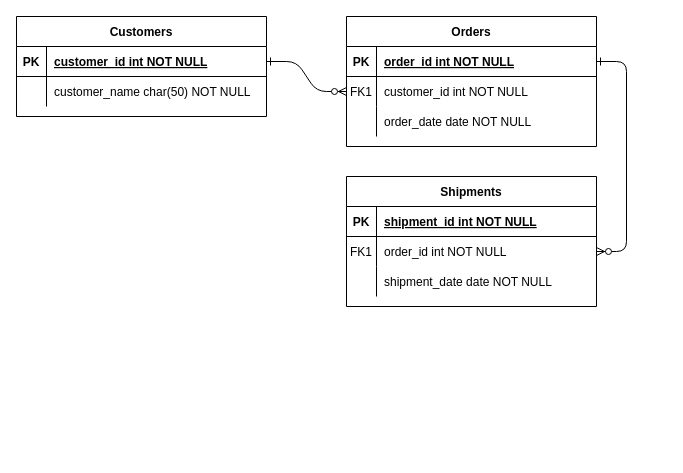
Above: Untitled Diagram.drawio in Phillip-Kemper/thesis-drawings (draw.io), before the change. Source tidied: cells renumbered, new cells numbered last; positions are measured from the earlier drawing's top-left corner, leaving out a move shared by most shapes. Both pictures are drawn from the tidied source at 100%, with x=0, y=0 at pixel (16, 16).
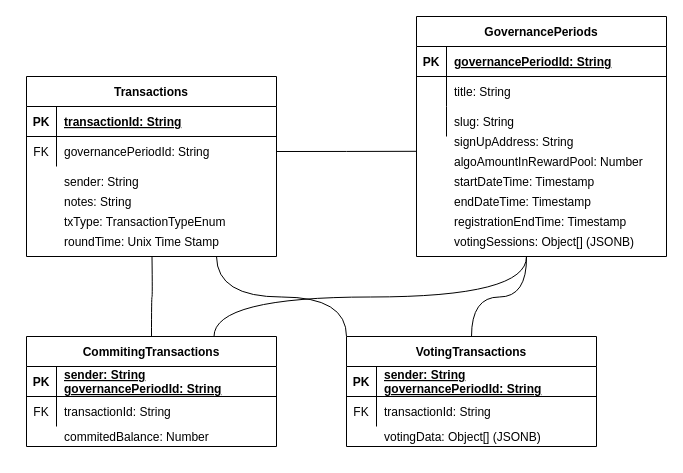
The same page after the edit.

Unchanged cells that the change refers to:
```xml
<mxCell id="5" style="shape=partialRectangle;fillColor=none;points=[[0,0.5],[1,0.5]];portConstraint=eastwest;top=0;left=0;right=0;bottom=1;" parent="4" vertex="1">
  <mxGeometry y="30" width="250" height="30" as="geometry" />
</mxCell>
<mxCell id="8" style="shape=partialRectangle;fillColor=none;points=[[0,0.5],[1,0.5]];portConstraint=eastwest;top=0;left=0;right=0;bottom=0;" parent="4" vertex="1">
  <mxGeometry y="60" width="250" height="30" as="geometry" />
</mxCell>
<mxCell id="11" style="shape=partialRectangle;fillColor=none;top=0;left=0;right=0;bottom=0;" parent="4" vertex="1">
  <mxGeometry y="90" width="250" height="30" as="geometry" />
</mxCell>
<mxCell id="25" style="shape=partialRectangle;fillColor=none;points=[[0,0.5],[1,0.5]];portConstraint=eastwest;top=0;left=0;right=0;bottom=1;" parent="24" vertex="1">
  <mxGeometry y="30" width="250" height="30" as="geometry" />
</mxCell>
<mxCell id="28" style="shape=partialRectangle;fillColor=none;points=[[0,0.5],[1,0.5]];portConstraint=eastwest;top=0;left=0;right=0;bottom=0;" parent="24" vertex="1">
  <mxGeometry y="60" width="250" height="30" as="geometry" />
</mxCell>
```

The edit, as a diff of the source:
```diff
@@
-    <mxCell id="2" style="edgeStyle=entityRelationEdgeStyle;endArrow=ERzeroToMany;startArrow=ERone;endFill=1;startFill=0;" parent="1" edge="1" source="25" target="8">
-      <mxGeometry relative="1" as="geometry" />
-    </mxCell>
-    <mxCell id="3" style="edgeStyle=entityRelationEdgeStyle;endArrow=ERzeroToMany;startArrow=ERone;endFill=1;startFill=0;" parent="1" edge="1" source="5" target="18">
-      <mxGeometry relative="1" as="geometry" />
-    </mxCell>
-    <mxCell id="4" value="Orders" style="shape=table;startSize=30;childLayout=tableLayout;rowLines=0;fontStyle=1;align=center;" parent="1" vertex="1">
-      <mxGeometry x="330" width="250" height="130" as="geometry" />
+    <mxCell id="4" value="GovernancePeriods" style="shape=table;startSize=30;childLayout=tableLayout;rowLines=0;fontStyle=1;align=center;" parent="1" vertex="1">
+      <mxGeometry x="400" width="250" height="240" as="geometry" />
     </mxCell>
@@
-    <mxCell id="7" value="order_id int NOT NULL " style="shape=partialRectangle;overflow=hidden;fillColor=none;top=0;left=0;bottom=0;right=0;align=left;spacingLeft=6;fontStyle=5;" parent="5" vertex="1">
+    <mxCell id="7" value="governancePeriodId: String" style="shape=partialRectangle;overflow=hidden;fillColor=none;top=0;left=0;bottom=0;right=0;align=left;spacingLeft=6;fontStyle=5;" parent="5" vertex="1">
       <mxGeometry x="30" width="220" height="30" as="geometry" />
     </mxCell>
@@
-    <mxCell id="9" value="FK1" style="shape=partialRectangle;overflow=hidden;fillColor=none;top=0;left=0;bottom=0;right=0;" parent="8" vertex="1">
+    <mxCell id="9" style="shape=partialRectangle;overflow=hidden;fillColor=none;top=0;left=0;bottom=0;right=0;" parent="8" vertex="1">
       <mxGeometry width="30" height="30" as="geometry" />
     </mxCell>
-    <mxCell id="10" value="customer_id int NOT NULL" style="shape=partialRectangle;overflow=hidden;fillColor=none;top=0;left=0;bottom=0;right=0;align=left;spacingLeft=6;" parent="8" vertex="1">
+    <mxCell id="10" value="title: String" style="shape=partialRectangle;overflow=hidden;fillColor=none;top=0;left=0;bottom=0;right=0;align=left;spacingLeft=6;" parent="8" vertex="1">
       <mxGeometry x="30" width="220" height="30" as="geometry" />
     </mxCell>
@@
-    <mxCell id="13" value="order_date date NOT NULL" style="shape=partialRectangle;overflow=hidden;fillColor=none;top=0;left=0;bottom=0;right=0;align=left;spacingLeft=6;" parent="11" vertex="1">
+    <mxCell id="13" value="slug: String" style="shape=partialRectangle;overflow=hidden;fillColor=none;top=0;left=0;bottom=0;right=0;align=left;spacingLeft=6;" parent="11" vertex="1">
       <mxGeometry x="30" width="220" height="30" as="geometry" />
     </mxCell>
-    <mxCell id="14" value="Shipments" style="shape=table;startSize=30;childLayout=tableLayout;rowLines=0;fontStyle=1;align=center;" parent="1" vertex="1">
-      <mxGeometry x="330" y="160" width="250" height="130" as="geometry" />
-    </mxCell>
-    <mxCell id="15" style="shape=partialRectangle;fillColor=none;top=0;left=0;right=0;bottom=1;" parent="14" vertex="1">
-      <mxGeometry y="30" width="250" height="30" as="geometry" />
-    </mxCell>
-    <mxCell id="16" value="PK" style="shape=partialRectangle;overflow=hidden;fillColor=none;top=0;left=0;bottom=0;right=0;fontStyle=1;" parent="15" vertex="1">
-      <mxGeometry width="30" height="30" as="geometry" />
-    </mxCell>
-    <mxCell id="17" value="shipment_id int NOT NULL " style="shape=partialRectangle;overflow=hidden;fillColor=none;top=0;left=0;bottom=0;right=0;align=left;spacingLeft=6;fontStyle=5;" parent="15" vertex="1">
-      <mxGeometry x="30" width="220" height="30" as="geometry" />
-    </mxCell>
-    <mxCell id="18" style="shape=partialRectangle;fillColor=none;points=[[0,0.5],[1,0.5]];portConstraint=eastwest;top=0;left=0;right=0;bottom=0;" parent="14" vertex="1">
-      <mxGeometry y="60" width="250" height="30" as="geometry" />
-    </mxCell>
-    <mxCell id="19" value="FK1" style="shape=partialRectangle;overflow=hidden;fillColor=none;top=0;left=0;bottom=0;right=0;" parent="18" vertex="1">
-      <mxGeometry width="30" height="30" as="geometry" />
-    </mxCell>
-    <mxCell id="20" value="order_id int NOT NULL" style="shape=partialRectangle;overflow=hidden;fillColor=none;top=0;left=0;bottom=0;right=0;align=left;spacingLeft=6;" parent="18" vertex="1">
-      <mxGeometry x="30" width="220" height="30" as="geometry" />
-    </mxCell>
-    <mxCell id="21" style="shape=partialRectangle;fillColor=none;top=0;left=0;right=0;bottom=0;" parent="14" vertex="1">
-      <mxGeometry y="90" width="250" height="30" as="geometry" />
-    </mxCell>
-    <mxCell id="22" style="shape=partialRectangle;overflow=hidden;fillColor=none;top=0;left=0;bottom=0;right=0;" parent="21" vertex="1">
-      <mxGeometry width="30" height="30" as="geometry" />
-    </mxCell>
-    <mxCell id="23" value="shipment_date date NOT NULL" style="shape=partialRectangle;overflow=hidden;fillColor=none;top=0;left=0;bottom=0;right=0;align=left;spacingLeft=6;" parent="21" vertex="1">
-      <mxGeometry x="30" width="220" height="30" as="geometry" />
-    </mxCell>
-    <mxCell id="24" value="Customers" style="shape=table;startSize=30;childLayout=tableLayout;rowLines=0;fontStyle=1;align=center;" parent="1" vertex="1">
-      <mxGeometry width="250" height="100" as="geometry" />
+    <mxCell id="24" value="Transactions" style="shape=table;startSize=30;childLayout=tableLayout;rowLines=0;fontStyle=1;align=center;" parent="1" vertex="1">
+      <mxGeometry x="10" y="60" width="250" height="180" as="geometry" />
     </mxCell>
@@
-    <mxCell id="27" value="customer_id int NOT NULL " style="shape=partialRectangle;overflow=hidden;fillColor=none;top=0;left=0;bottom=0;right=0;align=left;spacingLeft=6;fontStyle=5;" parent="25" vertex="1">
+    <mxCell id="27" value="transactionId: String" style="shape=partialRectangle;overflow=hidden;fillColor=none;top=0;left=0;bottom=0;right=0;align=left;spacingLeft=6;fontStyle=5;" parent="25" vertex="1">
       <mxGeometry x="30" width="220" height="30" as="geometry" />
     </mxCell>
@@
-    <mxCell id="29" style="shape=partialRectangle;overflow=hidden;fillColor=none;top=0;left=0;bottom=0;right=0;" parent="28" vertex="1">
+    <mxCell id="29" value="FK" style="shape=partialRectangle;overflow=hidden;fillColor=none;top=0;left=0;bottom=0;right=0;" parent="28" vertex="1">
       <mxGeometry width="30" height="30" as="geometry" />
     </mxCell>
-    <mxCell id="30" value="customer_name char(50) NOT NULL" style="shape=partialRectangle;overflow=hidden;fillColor=none;top=0;left=0;bottom=0;right=0;align=left;spacingLeft=6;" parent="28" vertex="1">
+    <mxCell id="30" value="governancePeriodId: String" style="shape=partialRectangle;overflow=hidden;fillColor=none;top=0;left=0;bottom=0;right=0;align=left;spacingLeft=6;" parent="28" vertex="1">
       <mxGeometry x="30" width="220" height="30" as="geometry" />
     </mxCell>
+    <mxCell id="31" value="sender: String" style="shape=partialRectangle;overflow=hidden;fillColor=none;top=0;left=0;bottom=0;right=0;align=left;spacingLeft=6;" parent="1" vertex="1">
+      <mxGeometry x="40" y="150" width="220" height="30" as="geometry" />
+    </mxCell>
+    <mxCell id="32" value="notes: String" style="shape=partialRectangle;overflow=hidden;fillColor=none;top=0;left=0;bottom=0;right=0;align=left;spacingLeft=6;" parent="1" vertex="1">
+      <mxGeometry x="40" y="170" width="220" height="30" as="geometry" />
+    </mxCell>
+    <mxCell id="33" value="txType: TransactionTypeEnum" style="shape=partialRectangle;overflow=hidden;fillColor=none;top=0;left=0;bottom=0;right=0;align=left;spacingLeft=6;" parent="1" vertex="1">
+      <mxGeometry x="40" y="190" width="220" height="30" as="geometry" />
+    </mxCell>
+    <mxCell id="34" value="roundTime: Unix Time Stamp" style="shape=partialRectangle;overflow=hidden;fillColor=none;top=0;left=0;bottom=0;right=0;align=left;spacingLeft=6;" parent="1" vertex="1">
+      <mxGeometry x="40" y="210" width="220" height="30" as="geometry" />
+    </mxCell>
+    <mxCell id="35" value="signUpAddress: String" style="shape=partialRectangle;overflow=hidden;fillColor=none;top=0;left=0;bottom=0;right=0;align=left;spacingLeft=6;" parent="1" vertex="1">
+      <mxGeometry x="430" y="110" width="220" height="30" as="geometry" />
+    </mxCell>
+    <mxCell id="36" value="algoAmountInRewardPool: Number" style="shape=partialRectangle;overflow=hidden;fillColor=none;top=0;left=0;bottom=0;right=0;align=left;spacingLeft=6;" parent="1" vertex="1">
+      <mxGeometry x="430" y="130" width="220" height="30" as="geometry" />
+    </mxCell>
+    <mxCell id="37" value="startDateTime: Timestamp" style="shape=partialRectangle;overflow=hidden;fillColor=none;top=0;left=0;bottom=0;right=0;align=left;spacingLeft=6;" parent="1" vertex="1">
+      <mxGeometry x="430" y="150" width="220" height="30" as="geometry" />
+    </mxCell>
+    <mxCell id="38" value="endDateTime: Timestamp" style="shape=partialRectangle;overflow=hidden;fillColor=none;top=0;left=0;bottom=0;right=0;align=left;spacingLeft=6;" parent="1" vertex="1">
+      <mxGeometry x="430" y="170" width="220" height="30" as="geometry" />
+    </mxCell>
+    <mxCell id="39" value="registrationEndTime: Timestamp" style="shape=partialRectangle;overflow=hidden;fillColor=none;top=0;left=0;bottom=0;right=0;align=left;spacingLeft=6;" parent="1" vertex="1">
+      <mxGeometry x="430" y="190" width="220" height="30" as="geometry" />
+    </mxCell>
+    <mxCell id="40" value="votingSessions: Object[] (JSONB)" style="shape=partialRectangle;overflow=hidden;fillColor=none;top=0;left=0;bottom=0;right=0;align=left;spacingLeft=6;" parent="1" vertex="1">
+      <mxGeometry x="430" y="210" width="220" height="30" as="geometry" />
+    </mxCell>
+    <mxCell id="41" style="edgeStyle=orthogonalEdgeStyle;curved=1;jettySize=auto;html=1;exitX=0.5;exitY=0;exitDx=0;exitDy=0;strokeColor=default;endArrow=none;endFill=0;" parent="1" edge="1" source="43">
+      <mxGeometry relative="1" as="geometry">
+        <mxPoint x="135.5" y="240" as="targetPoint" />
+      </mxGeometry>
+    </mxCell>
+    <mxCell id="42" style="edgeStyle=orthogonalEdgeStyle;curved=1;jettySize=auto;html=1;exitX=0.75;exitY=0;exitDx=0;exitDy=0;strokeColor=default;endArrow=none;endFill=0;" parent="1" edge="1" source="43">
+      <mxGeometry relative="1" as="geometry">
+        <mxPoint x="510" y="240" as="targetPoint" />
+      </mxGeometry>
+    </mxCell>
+    <mxCell id="43" value="CommitingTransactions" style="shape=table;startSize=30;childLayout=tableLayout;rowLines=0;fontStyle=1;align=center;" parent="1" vertex="1">
+      <mxGeometry x="10" y="320" width="250" height="110" as="geometry" />
+    </mxCell>
+    <mxCell id="44" style="shape=partialRectangle;fillColor=none;top=0;left=0;right=0;bottom=1;" parent="43" vertex="1">
+      <mxGeometry y="30" width="250" height="30" as="geometry" />
+    </mxCell>
+    <mxCell id="45" value="PK" style="shape=partialRectangle;overflow=hidden;fillColor=none;top=0;left=0;bottom=0;right=0;fontStyle=1;" parent="44" vertex="1">
+      <mxGeometry width="30" height="30" as="geometry" />
+    </mxCell>
+    <mxCell id="46" value="sender: String&#10;governancePeriodId: String" style="shape=partialRectangle;overflow=hidden;fillColor=none;top=0;left=0;bottom=0;right=0;align=left;spacingLeft=6;fontStyle=5;" parent="44" vertex="1">
+      <mxGeometry x="30" width="220" height="30" as="geometry" />
+    </mxCell>
+    <mxCell id="47" style="shape=partialRectangle;fillColor=none;top=0;left=0;right=0;bottom=0;" parent="43" vertex="1">
+      <mxGeometry y="60" width="250" height="30" as="geometry" />
+    </mxCell>
+    <mxCell id="48" value="FK" style="shape=partialRectangle;overflow=hidden;fillColor=none;top=0;left=0;bottom=0;right=0;" parent="47" vertex="1">
+      <mxGeometry width="30" height="30" as="geometry" />
+    </mxCell>
+    <mxCell id="49" value="transactionId: String" style="shape=partialRectangle;overflow=hidden;fillColor=none;top=0;left=0;bottom=0;right=0;align=left;spacingLeft=6;" parent="47" vertex="1">
+      <mxGeometry x="30" width="220" height="30" as="geometry" />
+    </mxCell>
+    <mxCell id="50" value="commitedBalance: Number" style="shape=partialRectangle;overflow=hidden;fillColor=none;top=0;left=0;bottom=0;right=0;align=left;spacingLeft=6;" parent="1" vertex="1">
+      <mxGeometry x="40" y="400" width="220" height="40" as="geometry" />
+    </mxCell>
+    <mxCell id="51" style="edgeStyle=orthogonalEdgeStyle;curved=1;jettySize=auto;html=1;exitX=0.5;exitY=0;exitDx=0;exitDy=0;strokeColor=default;endArrow=none;endFill=0;" parent="1" edge="1" source="53">
+      <mxGeometry relative="1" as="geometry">
+        <mxPoint x="510" y="240" as="targetPoint" />
+      </mxGeometry>
+    </mxCell>
+    <mxCell id="52" style="edgeStyle=orthogonalEdgeStyle;curved=1;jettySize=auto;html=1;exitX=0;exitY=0;exitDx=0;exitDy=0;strokeColor=default;endArrow=none;endFill=0;" parent="1" edge="1" source="53">
+      <mxGeometry relative="1" as="geometry">
+        <mxPoint x="200" y="240" as="targetPoint" />
+      </mxGeometry>
+    </mxCell>
+    <mxCell id="53" value="VotingTransactions" style="shape=table;startSize=30;childLayout=tableLayout;rowLines=0;fontStyle=1;align=center;" parent="1" vertex="1">
+      <mxGeometry x="330" y="320" width="250" height="110" as="geometry" />
+    </mxCell>
+    <mxCell id="54" style="shape=partialRectangle;fillColor=none;top=0;left=0;right=0;bottom=1;" parent="53" vertex="1">
+      <mxGeometry y="30" width="250" height="30" as="geometry" />
+    </mxCell>
+    <mxCell id="55" value="PK" style="shape=partialRectangle;overflow=hidden;fillColor=none;top=0;left=0;bottom=0;right=0;fontStyle=1;" parent="54" vertex="1">
+      <mxGeometry width="30" height="30" as="geometry" />
+    </mxCell>
+    <mxCell id="56" value="sender: String&#10;governancePeriodId: String" style="shape=partialRectangle;overflow=hidden;fillColor=none;top=0;left=0;bottom=0;right=0;align=left;spacingLeft=6;fontStyle=5;" parent="54" vertex="1">
+      <mxGeometry x="30" width="220" height="30" as="geometry" />
+    </mxCell>
+    <mxCell id="57" style="shape=partialRectangle;fillColor=none;top=0;left=0;right=0;bottom=0;" parent="53" vertex="1">
+      <mxGeometry y="60" width="250" height="30" as="geometry" />
+    </mxCell>
+    <mxCell id="58" value="FK" style="shape=partialRectangle;overflow=hidden;fillColor=none;top=0;left=0;bottom=0;right=0;" parent="57" vertex="1">
+      <mxGeometry width="30" height="30" as="geometry" />
+    </mxCell>
+    <mxCell id="59" value="transactionId: String" style="shape=partialRectangle;overflow=hidden;fillColor=none;top=0;left=0;bottom=0;right=0;align=left;spacingLeft=6;" parent="57" vertex="1">
+      <mxGeometry x="30" width="220" height="30" as="geometry" />
+    </mxCell>
+    <mxCell id="60" value="votingData: Object[] (JSONB)" style="shape=partialRectangle;overflow=hidden;fillColor=none;top=0;left=0;bottom=0;right=0;align=left;spacingLeft=6;" parent="1" vertex="1">
+      <mxGeometry x="360" y="400" width="220" height="40" as="geometry" />
+    </mxCell>
+    <mxCell id="61" style="edgeStyle=orthogonalEdgeStyle;curved=1;jettySize=auto;html=1;exitX=1;exitY=0.5;exitDx=0;exitDy=0;strokeColor=default;endArrow=none;endFill=0;" parent="1" edge="1" source="28">
+      <mxGeometry relative="1" as="geometry">
+        <mxPoint x="400" y="134.8" as="targetPoint" />
+      </mxGeometry>
+    </mxCell>
```
